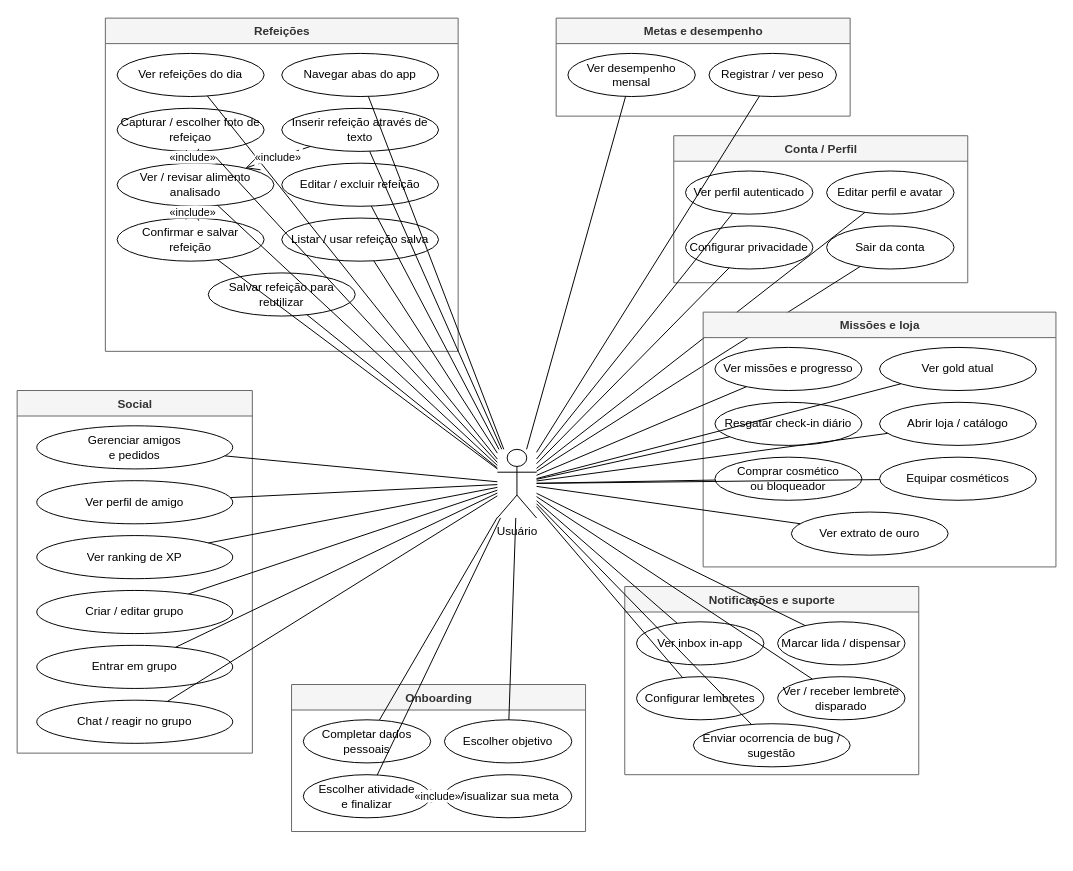
The draw.io diagram page "Usuário" (1 of 4) of frontend/CasosDeUso.drawio in israelhub/JacalorIA-CONTADOR-DE-CALORIAS, before the edit. Source tidied: cells renumbered, new cells numbered last; positions are measured from the earlier drawing's top-left corner, leaving out a move shared by most shapes. Both pictures are drawn from the tidied source at 98%, with x=0, y=0 at pixel (17, 18).
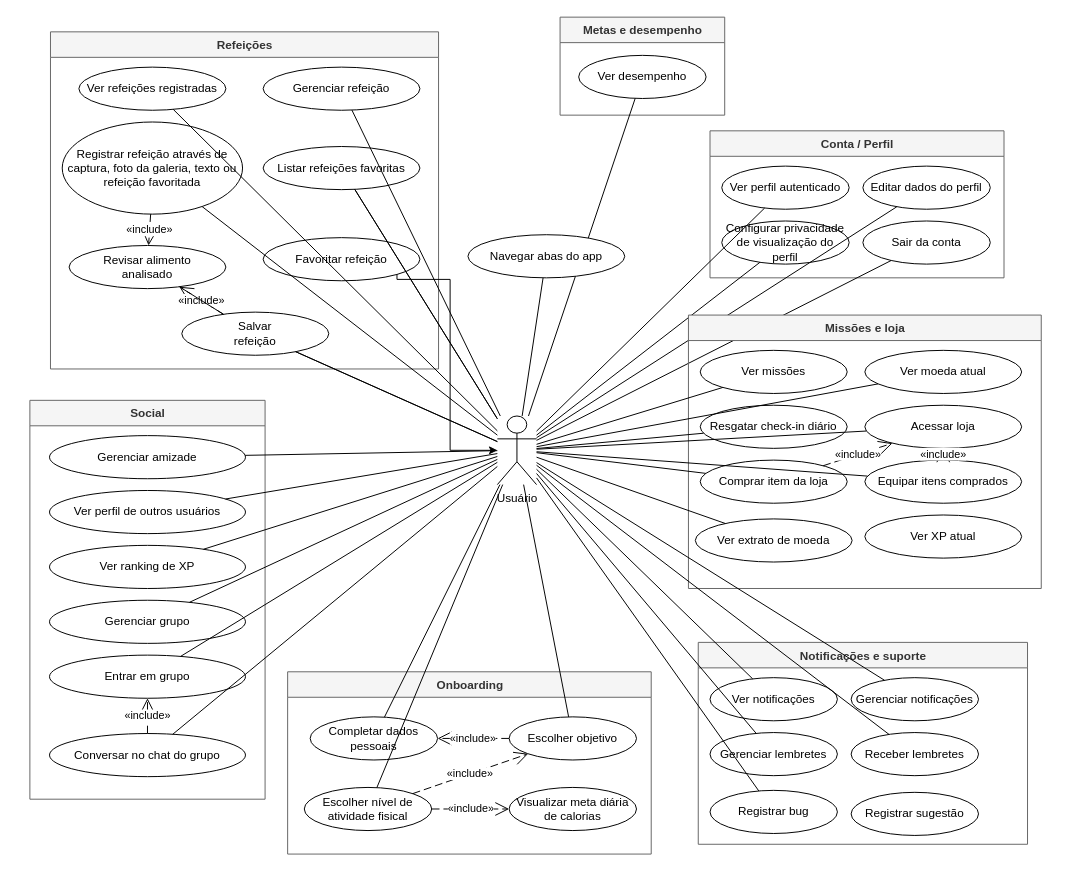
After the change.

Commit message (it also covers changes not shown here):
Adicionar relações UML «include» nos casos de uso

Liga include em Usuário (chat/grupo, onboarding, loja), Operador Beta
(painéis → token e filtrar por data) e IA (tabela TACO → analisa alimento).

The change refers to these unchanged cells:
```xml
<mxCell id="67" value="Entrar em grupo" style="ellipse;whiteSpace=wrap;html=1;" parent="62" vertex="1">
  <mxGeometry x="20" y="260" width="200" height="44" as="geometry" />
</mxCell>
```

Change to the diagram source:
```diff
@@
     <mxCell id="2" value="Usuário" style="shape=umlActor;verticalLabelPosition=bottom;verticalAlign=top;html=1;outlineConnect=0;" parent="1" vertex="1">
-      <mxGeometry x="490" y="440" width="40" height="70" as="geometry" />
+      <mxGeometry x="490" y="406" width="40" height="70" as="geometry" />
     </mxCell>
     <mxCell id="3" value="Onboarding" style="swimlane;fontStyle=1;align=center;verticalAlign=top;startSize=26;fillColor=#f5f5f5;strokeColor=#666666;fontColor=#333333;html=1;" parent="1" vertex="1">
-      <mxGeometry x="280" y="680" width="300" height="150" as="geometry" />
+      <mxGeometry x="276" y="667" width="371" height="186" as="geometry" />
     </mxCell>
     <mxCell id="4" value="Completar dados pessoais" style="ellipse;whiteSpace=wrap;html=1;" parent="3" vertex="1">
-      <mxGeometry x="12" y="36" width="130" height="44" as="geometry" />
+      <mxGeometry x="23" y="46" width="130" height="44" as="geometry" />
     </mxCell>
     <mxCell id="5" value="Escolher objetivo" style="ellipse;whiteSpace=wrap;html=1;" parent="3" vertex="1">
-      <mxGeometry x="156" y="36" width="130" height="44" as="geometry" />
+      <mxGeometry x="226" y="46" width="130" height="44" as="geometry" />
     </mxCell>
-    <mxCell id="6" value="Escolher atividade&#10;e finalizar" style="ellipse;whiteSpace=wrap;html=1;" parent="3" vertex="1">
-      <mxGeometry x="12" y="92" width="130" height="44" as="geometry" />
+    <mxCell id="6" value="Escolher nível de atividade fisical" style="ellipse;whiteSpace=wrap;html=1;" parent="3" vertex="1">
+      <mxGeometry x="17" y="118" width="130" height="44" as="geometry" />
     </mxCell>
-    <mxCell id="7" value="Visualizar sua meta" style="ellipse;whiteSpace=wrap;html=1;" parent="3" vertex="1">
-      <mxGeometry x="156" y="92" width="130" height="44" as="geometry" />
+    <mxCell id="7" value="Visualizar meta diária de calorias" style="ellipse;whiteSpace=wrap;html=1;" parent="3" vertex="1">
+      <mxGeometry x="226" y="118" width="130" height="44" as="geometry" />
     </mxCell>
@@
+    <mxCell id="87" value="«include»" style="endArrow=open;html=1;endSize=12;dashed=1;dashPattern=8 4;rounded=0;" parent="1" edge="1" source="5" target="4">
+      <mxGeometry relative="1" as="geometry" />
+    </mxCell>
+    <mxCell id="88" value="«include»" style="endArrow=open;html=1;endSize=12;dashed=1;dashPattern=8 4;rounded=0;" parent="1" edge="1" source="6" target="5">
+      <mxGeometry relative="1" as="geometry" />
+    </mxCell>
     <mxCell id="12" value="Refeições" style="swimlane;fontStyle=1;align=center;verticalAlign=top;startSize=26;fillColor=#f5f5f5;strokeColor=#666666;fontColor=#333333;html=1;" parent="1" vertex="1">
-      <mxGeometry x="90" width="360" height="340" as="geometry" />
+      <mxGeometry x="34" y="14" width="396" height="344" as="geometry" />
     </mxCell>
-    <mxCell id="13" value="Ver refeições do dia" style="ellipse;whiteSpace=wrap;html=1;" parent="12" vertex="1">
-      <mxGeometry x="12" y="36" width="150" height="44" as="geometry" />
+    <mxCell id="13" value="Ver refeições registradas" style="ellipse;whiteSpace=wrap;html=1;" parent="12" vertex="1">
+      <mxGeometry x="29" y="36" width="150" height="44" as="geometry" />
     </mxCell>
-    <mxCell id="14" value="Navegar abas do app" style="ellipse;whiteSpace=wrap;html=1;" parent="12" vertex="1">
-      <mxGeometry x="180" y="36" width="160" height="44" as="geometry" />
-    </mxCell>
-    <mxCell id="15" value="Capturar / escolher foto de refeiçao" style="ellipse;whiteSpace=wrap;html=1;" parent="12" vertex="1">
-      <mxGeometry x="12" y="92" width="150" height="44" as="geometry" />
+    <mxCell id="15" value="Registrar refeição através de captura, foto da galeria, texto ou refeição favoritada" style="ellipse;whiteSpace=wrap;html=1;" parent="12" vertex="1">
+      <mxGeometry x="12" y="92" width="184" height="94" as="geometry" />
     </mxCell>
-    <mxCell id="16" value="Inserir refeição através de texto" style="ellipse;whiteSpace=wrap;html=1;" parent="12" vertex="1">
-      <mxGeometry x="180" y="92" width="160" height="44" as="geometry" />
-    </mxCell>
-    <mxCell id="17" value="Ver / revisar alimento&#10;analisado" style="ellipse;whiteSpace=wrap;html=1;" parent="12" vertex="1">
-      <mxGeometry x="12" y="148" width="160" height="44" as="geometry" />
+    <mxCell id="17" value="Revisar alimento&lt;br&gt;analisado" style="ellipse;whiteSpace=wrap;html=1;" parent="12" vertex="1">
+      <mxGeometry x="19" y="218" width="160" height="44" as="geometry" />
     </mxCell>
+    <mxCell id="19" value="Gerenciar refeição" style="ellipse;whiteSpace=wrap;html=1;" parent="12" vertex="1">
+      <mxGeometry x="217" y="36" width="160" height="44" as="geometry" />
+    </mxCell>
+    <mxCell id="21" value="Listar refeições favoritas" style="ellipse;whiteSpace=wrap;html=1;" parent="12" vertex="1">
+      <mxGeometry x="217" y="117" width="160" height="44" as="geometry" />
+    </mxCell>
-    <mxCell id="18" value="Confirmar e salvar&#10;refeição" style="ellipse;whiteSpace=wrap;html=1;" parent="12" vertex="1">
-      <mxGeometry x="12" y="204" width="150" height="44" as="geometry" />
+    <mxCell id="18" value="Salvar&lt;br&gt;refeição" style="ellipse;whiteSpace=wrap;html=1;" parent="12" vertex="1">
+      <mxGeometry x="134" y="286" width="150" height="44" as="geometry" />
     </mxCell>
-    <mxCell id="19" value="Editar / excluir refeição" style="ellipse;whiteSpace=wrap;html=1;" parent="12" vertex="1">
-      <mxGeometry x="180" y="148" width="160" height="44" as="geometry" />
-    </mxCell>
-    <mxCell id="20" value="Salvar refeição para reutilizar" style="ellipse;whiteSpace=wrap;html=1;" parent="12" vertex="1">
-      <mxGeometry x="105" y="260" width="150" height="44" as="geometry" />
-    </mxCell>
-    <mxCell id="21" value="Listar / usar refeição salva" style="ellipse;whiteSpace=wrap;html=1;" parent="12" vertex="1">
-      <mxGeometry x="180" y="204" width="160" height="44" as="geometry" />
-    </mxCell>
+    <mxCell id="31" value="«include»" style="endArrow=open;html=1;endSize=12;dashed=1;dashPattern=8 4;rounded=0;" parent="12" edge="1" source="18" target="17">
+      <mxGeometry relative="1" as="geometry" />
+    </mxCell>
+    <mxCell id="26" style="endArrow=none;html=1;rounded=0;strokeWidth=1;" parent="12" edge="1" source="18" target="17">
+      <mxGeometry relative="1" as="geometry" />
+    </mxCell>
+    <mxCell id="89" value="Favoritar refeição" style="ellipse;whiteSpace=wrap;html=1;" parent="12" vertex="1">
+      <mxGeometry x="217" y="210" width="160" height="44" as="geometry" />
+    </mxCell>
@@
-    <mxCell id="25" style="endArrow=none;html=1;rounded=0;strokeWidth=1;" parent="1" edge="1" source="2" target="16">
-      <mxGeometry relative="1" as="geometry" />
-    </mxCell>
-    <mxCell id="26" style="endArrow=none;html=1;rounded=0;strokeWidth=1;" parent="1" edge="1" source="2" target="17">
-      <mxGeometry relative="1" as="geometry" />
-    </mxCell>
@@
-    <mxCell id="30" value="«include»" style="endArrow=open;html=1;endSize=12;dashed=1;dashPattern=8 4;rounded=0;" parent="1" edge="1" source="16" target="17">
-      <mxGeometry relative="1" as="geometry" />
-    </mxCell>
-    <mxCell id="31" value="«include»" style="endArrow=open;html=1;endSize=12;dashed=1;dashPattern=8 4;rounded=0;" parent="1" edge="1" source="18" target="17">
-      <mxGeometry relative="1" as="geometry" />
-    </mxCell>
-    <mxCell id="32" style="endArrow=none;html=1;rounded=0;strokeWidth=1;" parent="1" edge="1" source="2" target="20">
-      <mxGeometry relative="1" as="geometry" />
-    </mxCell>
@@
     <mxCell id="34" value="Metas e desempenho" style="swimlane;fontStyle=1;align=center;verticalAlign=top;startSize=26;fillColor=#f5f5f5;strokeColor=#666666;fontColor=#333333;html=1;" parent="1" vertex="1">
-      <mxGeometry x="550" width="300" height="100" as="geometry" />
+      <mxGeometry x="554" y="-1" width="168" height="100" as="geometry" />
     </mxCell>
-    <mxCell id="35" value="Ver desempenho mensal" style="ellipse;whiteSpace=wrap;html=1;" parent="34" vertex="1">
-      <mxGeometry x="12" y="36" width="130" height="44" as="geometry" />
+    <mxCell id="35" value="Ver desempenho" style="ellipse;whiteSpace=wrap;html=1;" parent="34" vertex="1">
+      <mxGeometry x="19" y="39" width="130" height="44" as="geometry" />
     </mxCell>
-    <mxCell id="36" value="Registrar / ver peso" style="ellipse;whiteSpace=wrap;html=1;" parent="34" vertex="1">
-      <mxGeometry x="156" y="36" width="130" height="44" as="geometry" />
-    </mxCell>
     <mxCell id="37" value="Conta / Perfil" style="swimlane;fontStyle=1;align=center;verticalAlign=top;startSize=26;fillColor=#f5f5f5;strokeColor=#666666;fontColor=#333333;html=1;" parent="1" vertex="1">
-      <mxGeometry x="670" y="120" width="300" height="150" as="geometry" />
+      <mxGeometry x="707" y="115" width="300" height="150" as="geometry" />
     </mxCell>
-    <mxCell id="38" value="Editar perfil e avatar" style="ellipse;whiteSpace=wrap;html=1;" parent="37" vertex="1">
+    <mxCell id="38" value="Editar dados do perfil" style="ellipse;whiteSpace=wrap;html=1;" parent="37" vertex="1">
       <mxGeometry x="156" y="36" width="130" height="44" as="geometry" />
     </mxCell>
-    <mxCell id="39" value="Configurar privacidade" style="ellipse;whiteSpace=wrap;html=1;" parent="37" vertex="1">
+    <mxCell id="39" value="Configurar privacidade de visualização do perfil" style="ellipse;whiteSpace=wrap;html=1;" parent="37" vertex="1">
       <mxGeometry x="12" y="92" width="130" height="44" as="geometry" />
     </mxCell>
@@
-    <mxCell id="43" style="endArrow=none;html=1;rounded=0;strokeWidth=1;" parent="1" edge="1" source="2" target="36">
-      <mxGeometry relative="1" as="geometry" />
-    </mxCell>
@@
     <mxCell id="48" value="Missões e loja" style="swimlane;fontStyle=1;align=center;verticalAlign=top;startSize=26;fillColor=#f5f5f5;strokeColor=#666666;fontColor=#333333;html=1;" parent="1" vertex="1">
-      <mxGeometry x="700" y="300" width="360" height="260" as="geometry" />
+      <mxGeometry x="685" y="303" width="360" height="279" as="geometry" />
     </mxCell>
-    <mxCell id="49" value="Ver missões e progresso" style="ellipse;whiteSpace=wrap;html=1;" parent="48" vertex="1">
+    <mxCell id="49" value="Ver missões" style="ellipse;whiteSpace=wrap;html=1;" parent="48" vertex="1">
       <mxGeometry x="12" y="36" width="150" height="44" as="geometry" />
     </mxCell>
@@
-    <mxCell id="51" value="Abrir loja / catálogo" style="ellipse;whiteSpace=wrap;html=1;" parent="48" vertex="1">
+    <mxCell id="51" value="Acessar loja" style="ellipse;whiteSpace=wrap;html=1;" parent="48" vertex="1">
       <mxGeometry x="180" y="92" width="160" height="44" as="geometry" />
     </mxCell>
-    <mxCell id="52" value="Comprar cosmético&#10;ou bloqueador" style="ellipse;whiteSpace=wrap;html=1;" parent="48" vertex="1">
+    <mxCell id="52" value="Comprar item da loja" style="ellipse;whiteSpace=wrap;html=1;" parent="48" vertex="1">
       <mxGeometry x="12" y="148" width="150" height="44" as="geometry" />
     </mxCell>
-    <mxCell id="53" value="Equipar cosméticos" style="ellipse;whiteSpace=wrap;html=1;" parent="48" vertex="1">
+    <mxCell id="53" value="Equipar itens comprados" style="ellipse;whiteSpace=wrap;html=1;" parent="48" vertex="1">
       <mxGeometry x="180" y="148" width="160" height="44" as="geometry" />
     </mxCell>
-    <mxCell id="54" value="Ver extrato de ouro" style="ellipse;whiteSpace=wrap;html=1;" parent="48" vertex="1">
-      <mxGeometry x="90" y="204" width="160" height="44" as="geometry" />
+    <mxCell id="54" value="Ver extrato de moeda" style="ellipse;whiteSpace=wrap;html=1;" parent="48" vertex="1">
+      <mxGeometry x="7" y="208" width="160" height="44" as="geometry" />
     </mxCell>
-    <mxCell id="55" value="Ver gold atual" style="ellipse;whiteSpace=wrap;html=1;" parent="48" vertex="1">
+    <mxCell id="55" value="Ver moeda atual" style="ellipse;whiteSpace=wrap;html=1;" parent="48" vertex="1">
       <mxGeometry x="180" y="36" width="160" height="44" as="geometry" />
     </mxCell>
+    <mxCell id="90" value="Ver XP atual" style="ellipse;whiteSpace=wrap;html=1;" parent="48" vertex="1">
+      <mxGeometry x="180" y="204" width="160" height="44" as="geometry" />
+    </mxCell>
@@
+    <mxCell id="91" value="«include»" style="endArrow=open;html=1;endSize=12;dashed=1;dashPattern=8 4;rounded=0;" parent="1" edge="1" source="52" target="51">
+      <mxGeometry relative="1" as="geometry" />
+    </mxCell>
+    <mxCell id="92" value="«include»" style="endArrow=open;html=1;endSize=12;dashed=1;dashPattern=8 4;rounded=0;" parent="1" edge="1" source="53" target="51">
+      <mxGeometry relative="1" as="geometry" />
+    </mxCell>
     <mxCell id="62" value="Social" style="swimlane;fontStyle=1;align=center;verticalAlign=top;startSize=26;fillColor=#f5f5f5;strokeColor=#666666;fontColor=#333333;html=1;" parent="1" vertex="1">
-      <mxGeometry y="380" width="240" height="370" as="geometry" />
+      <mxGeometry x="13" y="390" width="240" height="407" as="geometry" />
     </mxCell>
-    <mxCell id="63" value="Gerenciar amigos&#10;e pedidos" style="ellipse;whiteSpace=wrap;html=1;" parent="62" vertex="1">
+    <mxCell id="63" value="Gerenciar amizade" style="ellipse;whiteSpace=wrap;html=1;" parent="62" vertex="1">
       <mxGeometry x="20" y="36" width="200" height="44" as="geometry" />
     </mxCell>
-    <mxCell id="64" value="Ver perfil de amigo" style="ellipse;whiteSpace=wrap;html=1;" parent="62" vertex="1">
+    <mxCell id="64" value="Ver perfil de outros usuários" style="ellipse;whiteSpace=wrap;html=1;" parent="62" vertex="1">
       <mxGeometry x="20" y="92" width="200" height="44" as="geometry" />
     </mxCell>
@@
-    <mxCell id="66" value="Criar / editar grupo" style="ellipse;whiteSpace=wrap;html=1;" parent="62" vertex="1">
+    <mxCell id="66" value="Gerenciar grupo" style="ellipse;whiteSpace=wrap;html=1;" parent="62" vertex="1">
       <mxGeometry x="20" y="204" width="200" height="44" as="geometry" />
     </mxCell>
@@
-    <mxCell id="68" value="Chat / reagir no grupo" style="ellipse;whiteSpace=wrap;html=1;" parent="62" vertex="1">
-      <mxGeometry x="20" y="316" width="200" height="44" as="geometry" />
+    <mxCell id="68" value="Conversar no chat do grupo" style="ellipse;whiteSpace=wrap;html=1;" parent="62" vertex="1">
+      <mxGeometry x="20" y="340" width="200" height="44" as="geometry" />
     </mxCell>
@@
+    <mxCell id="93" value="«include»" style="endArrow=open;html=1;endSize=12;dashed=1;dashPattern=8 4;rounded=0;" parent="1" edge="1" source="68" target="67">
+      <mxGeometry relative="1" as="geometry" />
+    </mxCell>
     <mxCell id="75" value="Notificações e suporte" style="swimlane;fontStyle=1;align=center;verticalAlign=top;startSize=26;fillColor=#f5f5f5;strokeColor=#666666;fontColor=#333333;html=1;" parent="1" vertex="1">
-      <mxGeometry x="620" y="580" width="300" height="192" as="geometry" />
+      <mxGeometry x="695" y="637" width="336" height="206" as="geometry" />
     </mxCell>
-    <mxCell id="76" value="Ver inbox in-app" style="ellipse;whiteSpace=wrap;html=1;" parent="75" vertex="1">
+    <mxCell id="76" value="Ver notificações" style="ellipse;whiteSpace=wrap;html=1;" parent="75" vertex="1">
       <mxGeometry x="12" y="36" width="130" height="44" as="geometry" />
     </mxCell>
-    <mxCell id="77" value="Marcar lida / dispensar" style="ellipse;whiteSpace=wrap;html=1;" parent="75" vertex="1">
+    <mxCell id="77" value="Gerenciar notificações" style="ellipse;whiteSpace=wrap;html=1;" parent="75" vertex="1">
       <mxGeometry x="156" y="36" width="130" height="44" as="geometry" />
     </mxCell>
-    <mxCell id="78" value="Configurar lembretes" style="ellipse;whiteSpace=wrap;html=1;" parent="75" vertex="1">
+    <mxCell id="78" value="Gerenciar lembretes" style="ellipse;whiteSpace=wrap;html=1;" parent="75" vertex="1">
       <mxGeometry x="12" y="92" width="130" height="44" as="geometry" />
     </mxCell>
-    <mxCell id="79" value="Ver / receber lembrete&#10;disparado" style="ellipse;whiteSpace=wrap;html=1;" parent="75" vertex="1">
+    <mxCell id="79" value="Receber lembretes" style="ellipse;whiteSpace=wrap;html=1;" parent="75" vertex="1">
       <mxGeometry x="156" y="92" width="130" height="44" as="geometry" />
     </mxCell>
-    <mxCell id="80" value="Enviar ocorrencia de bug / sugestão" style="ellipse;whiteSpace=wrap;html=1;" parent="75" vertex="1">
-      <mxGeometry x="70" y="140" width="160" height="44" as="geometry" />
+    <mxCell id="80" value="Registrar bug" style="ellipse;whiteSpace=wrap;html=1;" parent="75" vertex="1">
+      <mxGeometry x="12" y="151" width="130" height="44" as="geometry" />
     </mxCell>
+    <mxCell id="94" value="Registrar sugestão" style="ellipse;whiteSpace=wrap;html=1;" parent="75" vertex="1">
+      <mxGeometry x="156" y="153" width="130" height="44" as="geometry" />
+    </mxCell>
@@
+    <mxCell id="14" value="Navegar abas do app" style="ellipse;whiteSpace=wrap;html=1;" parent="1" vertex="1">
+      <mxGeometry x="460" y="221" width="160" height="44" as="geometry" />
+    </mxCell>
+    <mxCell id="95" style="endArrow=none;html=1;rounded=0;strokeWidth=1;" parent="1" edge="1" source="2" target="21">
+      <mxGeometry relative="1" as="geometry" />
+    </mxCell>
+    <mxCell id="96" style="endArrow=none;html=1;rounded=0;strokeWidth=1;" parent="1" edge="1" source="2" target="18">
+      <mxGeometry relative="1" as="geometry" />
+    </mxCell>
+    <mxCell id="97" style="edgeStyle=orthogonalEdgeStyle;rounded=0;jettySize=auto;html=1;exitX=1;exitY=1;exitDx=0;exitDy=0;" parent="1" edge="1" source="89" target="2">
+      <mxGeometry relative="1" as="geometry">
+        <Array as="points">
+          <mxPoint x="441.8" y="266.6" />
+          <mxPoint x="441.8" y="441" />
+        </Array>
+      </mxGeometry>
+    </mxCell>
```
